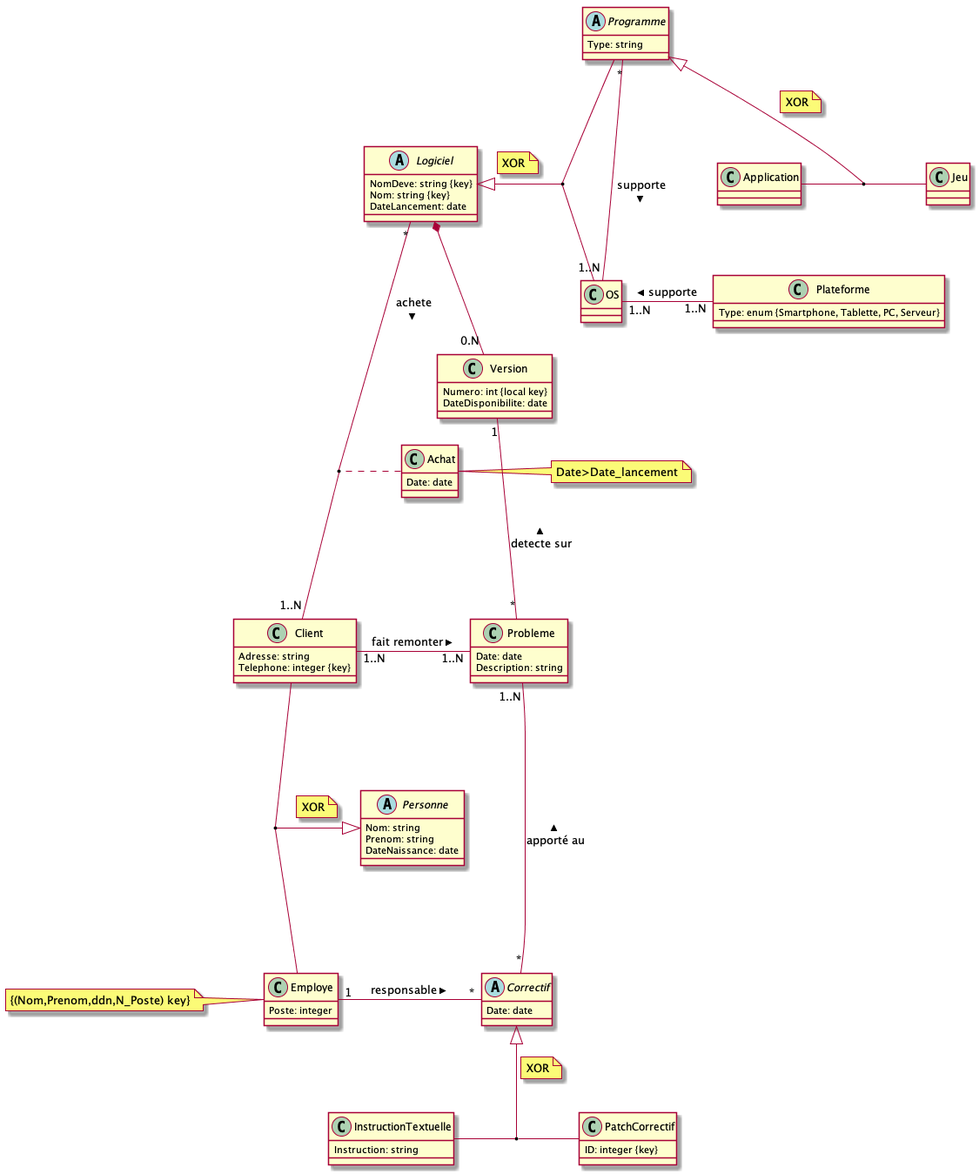
This is UML files/UML.png from theophaneDurand/Pear, a PlantUML export, as it was before one commit. Source of this version:
```plantuml
@startuml
abstract class Logiciel{
  NomDeve: string {key}
  Nom: string {key}
  DateLancement: date
}
class Version{
  Numero: int {local key}
  DateDisponibilite: date
}
class Probleme{
  Date: date
  Description: string
}
abstract class Correctif{
  Date: date
}
class InstructionTextuelle{
  Instruction: string
}
class PatchCorrectif{
  ID: integer {key}
}
abstract class Personne{
  Nom: string
  Prenom: string
  DateNaissance: date
}

class Employe{
  Poste: integer
}
class Employe
note left: {(Nom,Prenom,ddn,N_Poste) key}
class Client{
  Adresse: string
  Telephone: integer {key}
}
class Achat{
  Date: date
}
class Achat
note right: Date>Date_lancement
class OS
abstract class Programme{
  Type: string
}
class Application
class Jeu
class Plateforme{
  Type: enum {Smartphone, Tablette, PC, Serveur}
}
Client--- Employe
(Client, Employe) --|> Personne
note top on link
XOR
end note

Employe "1" -"*" Correctif: responsable >
InstructionTextuelle - PatchCorrectif
Correctif <|-- (InstructionTextuelle,PatchCorrectif)
note right on link
XOR
end note

Client"1..N" - "1..N" Probleme: fait remonter >
Probleme"1..N" ---"*" Correctif: apporté au <
Version "1"---"*" Probleme : detecte sur <
Logiciel *-- "0.N" Version
Logiciel "*" ---"1..N"Client : achete >
Achat..(Client,Logiciel)

Logiciel <|-- (Programme,OS)
note right on link
XOR
end note
Programme "*"---"1..N" OS: supporte >

OS "1..N"-"1..N" Plateforme: supporte <

Application-Jeu
Programme <|-- (Application,Jeu)
note right on link
XOR
end note





@enduml
```
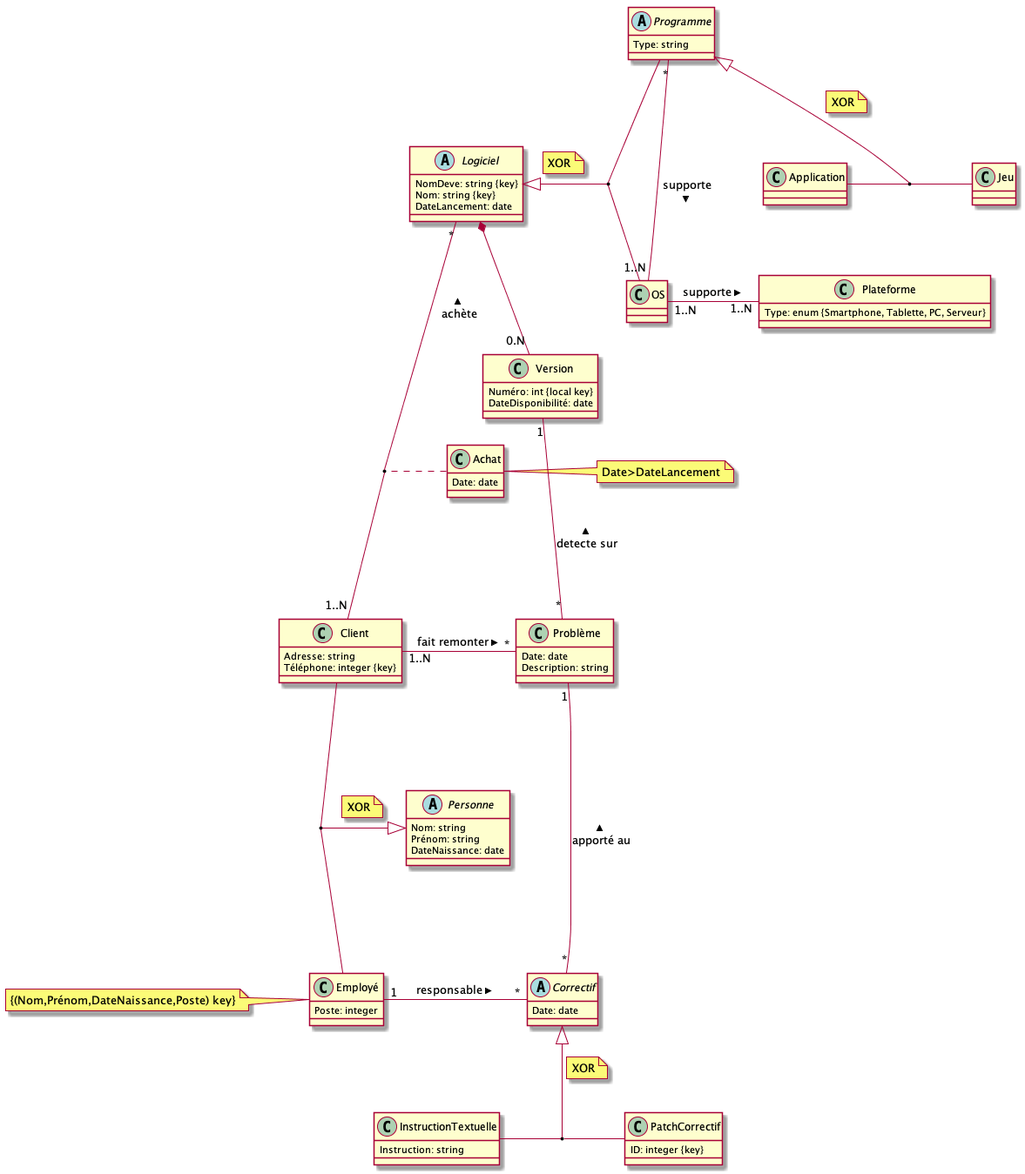
After the change.

What changed in the source:
```diff
@@ -1,14 +1,15 @@
 @startuml
+
 abstract class Logiciel{
   NomDeve: string {key}
   Nom: string {key}
   DateLancement: date
 }
 class Version{
-  Numero: int {local key}
-  DateDisponibilite: date
+  Numéro: int {local key}
+  DateDisponibilité: date
 }
-class Probleme{
+class Problème{
   Date: date
   Description: string
 }
@@ -23,24 +24,23 @@
 }
 abstract class Personne{
   Nom: string
-  Prenom: string
+  Prénom: string
   DateNaissance: date
 }
-
-class Employe{
+class Employé{
   Poste: integer
 }
-class Employe
-note left: {(Nom,Prenom,ddn,N_Poste) key}
+class Employé
+note left: {(Nom,Prénom,DateNaissance,Poste) key}
 class Client{
   Adresse: string
-  Telephone: integer {key}
+  Téléphone: integer {key}
 }
 class Achat{
   Date: date
 }
 class Achat
-note right: Date>Date_lancement
+note right: Date>DateLancement
 class OS
 abstract class Programme{
   Type: string
@@ -50,42 +50,34 @@
 class Plateforme{
   Type: enum {Smartphone, Tablette, PC, Serveur}
 }
-Client--- Employe
-(Client, Employe) --|> Personne
+Client--- Employé
+(Client, Employé) --|> Personne
 note top on link
 XOR
 end note
 
-Employe "1" -"*" Correctif: responsable >
+Employé "1" -"*" Correctif: responsable >
 InstructionTextuelle - PatchCorrectif
 Correctif <|-- (InstructionTextuelle,PatchCorrectif)
 note right on link
 XOR
 end note
-
-Client"1..N" - "1..N" Probleme: fait remonter >
-Probleme"1..N" ---"*" Correctif: apporté au <
-Version "1"---"*" Probleme : detecte sur <
+Client "1..N" - "*" Problème: fait remonter >
+Problème "1" ---"*" Correctif: apporté au <
+Version "1"---"*" Problème : detecte sur <
 Logiciel *-- "0.N" Version
-Logiciel "*" ---"1..N"Client : achete >
+Logiciel "*" ---"1..N"Client : achète <
 Achat..(Client,Logiciel)
-
 Logiciel <|-- (Programme,OS)
 note right on link
 XOR
 end note
 Programme "*"---"1..N" OS: supporte >
-
-OS "1..N"-"1..N" Plateforme: supporte <
-
+OS "1..N"-"1..N" Plateforme: supporte >
 Application-Jeu
 Programme <|-- (Application,Jeu)
 note right on link
 XOR
 end note
 
-
-
-
-
 @enduml
```
